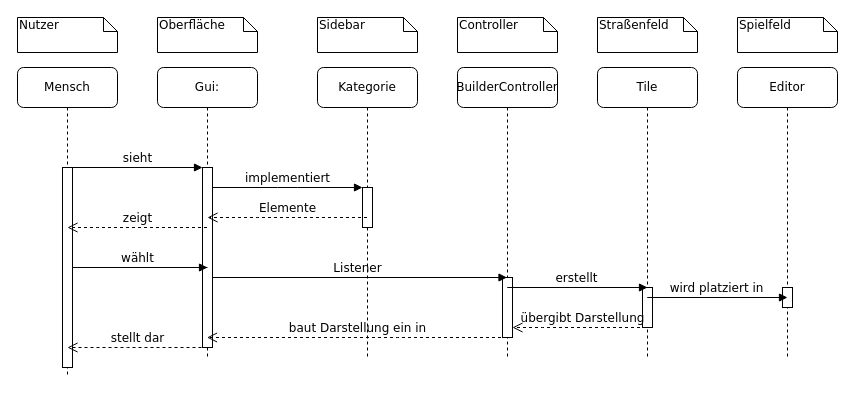
Above: SequenzdiagrammSFplatzieren.drawio in fefuhr/SWT (draw.io), before the change. Source tidied: cells renumbered, new cells numbered last; positions are measured from the earlier drawing's top-left corner, leaving out a move shared by most shapes. Both pictures are drawn from the tidied source at 100%, with x=0, y=0 at pixel (17, 17).
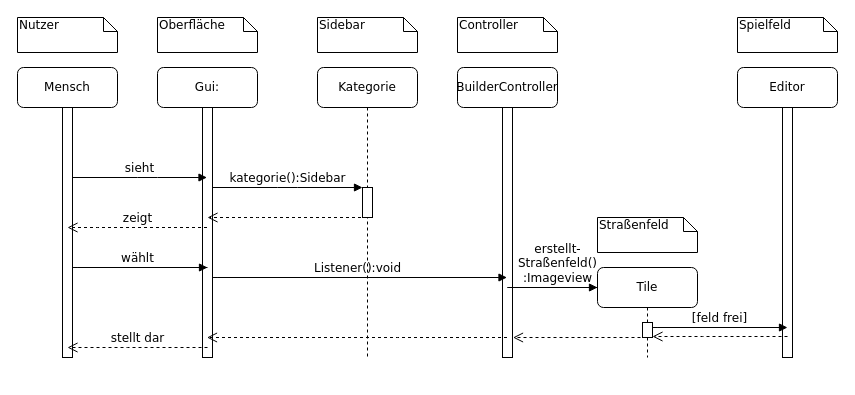
The same page after the edit.

Unchanged cells that the change refers to:
```xml
<mxCell id="2" value="Gui:" style="shape=umlLifeline;perimeter=lifelinePerimeter;whiteSpace=wrap;html=1;outlineConnect=0;rounded=1;shadow=0;comic=0;labelBackgroundColor=none;strokeWidth=1;fontFamily=Verdana;fontSize=12;align=center;" parent="1" vertex="1">
  <mxGeometry x="140" y="50" width="100" height="290" as="geometry" />
</mxCell>
<mxCell id="4" value="Kategorie" style="shape=umlLifeline;perimeter=lifelinePerimeter;whiteSpace=wrap;html=1;outlineConnect=0;rounded=1;shadow=0;comic=0;labelBackgroundColor=none;strokeWidth=1;fontFamily=Verdana;fontSize=12;align=center;" parent="1" vertex="1">
  <mxGeometry x="300" y="50" width="100" height="290" as="geometry" />
</mxCell>
<mxCell id="6" value="BuilderController" style="shape=umlLifeline;perimeter=lifelinePerimeter;whiteSpace=wrap;html=1;outlineConnect=0;rounded=1;shadow=0;comic=0;labelBackgroundColor=none;strokeWidth=1;fontFamily=Verdana;fontSize=12;align=center;" parent="1" vertex="1">
  <mxGeometry x="440" y="50" width="100" height="290" as="geometry" />
</mxCell>
<mxCell id="10" value="Editor" style="shape=umlLifeline;perimeter=lifelinePerimeter;whiteSpace=wrap;html=1;rounded=1;shadow=0;comic=0;labelBackgroundColor=none;strokeWidth=1;fontFamily=Verdana;fontSize=12;align=center;" parent="1" vertex="1">
  <mxGeometry x="720" y="50" width="100" height="290" as="geometry" />
</mxCell>
```

Diff of the diagram source:
```diff
@@
     <mxCell id="3" style="html=1;points=[];perimeter=orthogonalPerimeter;rounded=0;shadow=0;comic=0;labelBackgroundColor=none;strokeWidth=1;fontFamily=Verdana;fontSize=12;align=center;" parent="2" vertex="1">
-      <mxGeometry x="45" y="100" width="10" height="180" as="geometry" />
+      <mxGeometry x="45" y="40" width="10" height="250" as="geometry" />
     </mxCell>
@@
     <mxCell id="5" style="html=1;points=[];perimeter=orthogonalPerimeter;rounded=0;shadow=0;comic=0;labelBackgroundColor=none;strokeWidth=1;fontFamily=Verdana;fontSize=12;align=center;" parent="4" vertex="1">
-      <mxGeometry x="45" y="120" width="10" height="40" as="geometry" />
+      <mxGeometry x="45" y="120" width="10" height="30" as="geometry" />
     </mxCell>
@@
     <mxCell id="7" style="html=1;perimeter=orthogonalPerimeter;rounded=0;shadow=0;comic=0;labelBackgroundColor=none;strokeWidth=1;fontFamily=Verdana;fontSize=12;align=center;" parent="6" vertex="1">
-      <mxGeometry x="45" y="210" width="10" height="60" as="geometry" />
+      <mxGeometry x="45" y="40" width="10" height="250" as="geometry" />
     </mxCell>
     <mxCell id="8" value="Tile" style="shape=umlLifeline;perimeter=lifelinePerimeter;whiteSpace=wrap;html=1;rounded=1;shadow=0;comic=0;labelBackgroundColor=none;strokeWidth=1;fontFamily=Verdana;fontSize=12;align=center;" parent="1" vertex="1">
-      <mxGeometry x="580" y="50" width="100" height="290" as="geometry" />
+      <mxGeometry x="580" y="250" width="100" height="90" as="geometry" />
     </mxCell>
-    <mxCell id="9" style="html=1;perimeter=orthogonalPerimeter;rounded=0;shadow=0;comic=0;labelBackgroundColor=none;strokeWidth=1;fontFamily=Verdana;fontSize=12;align=center;" parent="8" vertex="1">
-      <mxGeometry x="45" y="220" width="10" height="40" as="geometry" />
-    </mxCell>
@@
     <mxCell id="11" style="html=1;points=[];perimeter=orthogonalPerimeter;rounded=0;shadow=0;comic=0;labelBackgroundColor=none;strokeWidth=1;fontFamily=Verdana;fontSize=12;align=center;" parent="10" vertex="1">
-      <mxGeometry x="45" y="220" width="10" height="20" as="geometry" />
+      <mxGeometry x="45" y="40" width="10" height="250" as="geometry" />
     </mxCell>
     <mxCell id="12" value="&lt;div&gt;Mensch&lt;br&gt;&lt;/div&gt;" style="shape=umlLifeline;perimeter=lifelinePerimeter;whiteSpace=wrap;html=1;rounded=1;shadow=0;comic=0;labelBackgroundColor=none;strokeWidth=1;fontFamily=Verdana;fontSize=12;align=center;" parent="1" vertex="1">
-      <mxGeometry y="50" width="100" height="310" as="geometry" />
+      <mxGeometry y="50" width="100" height="290" as="geometry" />
     </mxCell>
     <mxCell id="13" style="html=1;points=[];perimeter=orthogonalPerimeter;rounded=0;shadow=0;comic=0;labelBackgroundColor=none;strokeWidth=1;fontFamily=Verdana;fontSize=12;align=center;" parent="12" vertex="1">
-      <mxGeometry x="45" y="100" width="10" height="200" as="geometry" />
+      <mxGeometry x="45" y="40" width="10" height="250" as="geometry" />
     </mxCell>
@@
-    <mxCell id="15" value="sieht" style="html=1;verticalAlign=bottom;endArrow=block;entryX=0;entryY=0;labelBackgroundColor=none;fontFamily=Verdana;fontSize=12;edgeStyle=elbowEdgeStyle;elbow=vertical;" parent="1" edge="1" source="13" target="3">
-      <mxGeometry relative="1" as="geometry" />
+    <mxCell id="15" value="sieht" style="html=1;verticalAlign=bottom;endArrow=block;labelBackgroundColor=none;fontFamily=Verdana;fontSize=12;edgeStyle=elbowEdgeStyle;elbow=vertical;" parent="1" edge="1" source="13" target="2">
+      <mxGeometry relative="1" as="geometry">
+        <Array as="points">
+          <mxPoint x="130" y="160" />
+          <mxPoint x="160" y="150" />
+          <mxPoint x="150" y="150" />
+        </Array>
+      </mxGeometry>
     </mxCell>
-    <mxCell id="16" value="implementiert" style="html=1;verticalAlign=bottom;endArrow=block;entryX=0;entryY=0;labelBackgroundColor=none;fontFamily=Verdana;fontSize=12;edgeStyle=elbowEdgeStyle;elbow=vertical;" parent="1" edge="1" source="3" target="5">
+    <mxCell id="16" value="kategorie():Sidebar" style="html=1;verticalAlign=bottom;endArrow=block;entryX=0;entryY=0;labelBackgroundColor=none;fontFamily=Verdana;fontSize=12;edgeStyle=elbowEdgeStyle;elbow=vertical;" parent="1" edge="1" source="3" target="5">
       <mxGeometry relative="1" as="geometry" />
     </mxCell>
@@
     <mxCell id="21" value="Straßenfeld" style="shape=note;whiteSpace=wrap;html=1;size=14;verticalAlign=top;align=left;spacingTop=-6;rounded=0;shadow=0;comic=0;labelBackgroundColor=none;strokeWidth=1;fontFamily=Verdana;fontSize=12;" parent="1" vertex="1">
-      <mxGeometry x="580" width="100" height="35" as="geometry" />
+      <mxGeometry x="580" y="200" width="100" height="35" as="geometry" />
     </mxCell>
@@
-    <mxCell id="23" value="Elemente" style="html=1;verticalAlign=bottom;endArrow=open;dashed=1;endSize=8;labelBackgroundColor=none;fontFamily=Verdana;fontSize=12;edgeStyle=elbowEdgeStyle;elbow=vertical;" parent="1" edge="1" source="4">
+    <mxCell id="23" style="html=1;verticalAlign=bottom;endArrow=open;dashed=1;endSize=8;labelBackgroundColor=none;fontFamily=Verdana;fontSize=12;edgeStyle=elbowEdgeStyle;elbow=vertical;" parent="1" edge="1" source="4">
       <mxGeometry relative="1" as="geometry">
         <mxPoint x="190" y="200" as="targetPoint" />
         <Array as="points">
           <mxPoint x="250" y="200" />
           <mxPoint x="275" y="190" />
           <mxPoint x="305" y="190" />
         </Array>
       </mxGeometry>
     </mxCell>
@@
-    <mxCell id="25" value="Listener" style="html=1;verticalAlign=bottom;endArrow=block;labelBackgroundColor=none;fontFamily=Verdana;fontSize=12;edgeStyle=elbowEdgeStyle;elbow=vertical;" parent="1" edge="1" target="6">
+    <mxCell id="25" value="Listener():void" style="html=1;verticalAlign=bottom;endArrow=block;labelBackgroundColor=none;fontFamily=Verdana;fontSize=12;edgeStyle=elbowEdgeStyle;elbow=vertical;" parent="1" edge="1" target="6">
       <mxGeometry x="0.32" relative="1" as="geometry">
         <mxPoint x="330" y="260" as="sourcePoint" />
         <Array as="points">
           <mxPoint x="190" y="260" />
           <mxPoint x="500" y="250" />
         </Array>
       </mxGeometry>
     </mxCell>
-    <mxCell id="26" value="erstellt" style="html=1;verticalAlign=bottom;endArrow=block;labelBackgroundColor=none;fontFamily=Verdana;fontSize=12;edgeStyle=elbowEdgeStyle;elbow=vertical;" parent="1" edge="1">
-      <mxGeometry x="-0.54" relative="1" as="geometry">
-        <mxPoint x="625" y="270" as="sourcePoint" />
-        <mxPoint x="630" y="270" as="targetPoint" />
+    <mxCell id="26" value="&lt;div&gt;erstellt-&lt;/div&gt;&lt;div&gt;Straßenfeld()&lt;/div&gt;&lt;div&gt;:Imageview&lt;/div&gt;" style="html=1;verticalAlign=bottom;endArrow=block;labelBackgroundColor=none;fontFamily=Verdana;fontSize=12;edgeStyle=elbowEdgeStyle;elbow=vertical;" parent="1" edge="1">
+      <mxGeometry x="-0.58" relative="1" as="geometry">
+        <mxPoint x="580" y="270" as="sourcePoint" />
+        <mxPoint x="580" y="270" as="targetPoint" />
         <Array as="points">
           <mxPoint x="485" y="270" />
           <mxPoint x="795" y="260" />
         </Array>
       </mxGeometry>
     </mxCell>
-    <mxCell id="27" value="wird platziert in" style="html=1;verticalAlign=bottom;endArrow=block;labelBackgroundColor=none;fontFamily=Verdana;fontSize=12;edgeStyle=elbowEdgeStyle;elbow=vertical;" parent="1" edge="1">
+    <mxCell id="27" value="[feld frei]" style="html=1;verticalAlign=bottom;endArrow=block;labelBackgroundColor=none;fontFamily=Verdana;fontSize=12;edgeStyle=elbowEdgeStyle;elbow=vertical;" parent="1" edge="1">
       <mxGeometry x="-0.54" relative="1" as="geometry">
-        <mxPoint x="765" y="280" as="sourcePoint" />
-        <mxPoint x="770" y="280" as="targetPoint" />
+        <mxPoint x="765" y="310" as="sourcePoint" />
+        <mxPoint x="770" y="310" as="targetPoint" />
         <Array as="points">
-          <mxPoint x="625" y="280" />
-          <mxPoint x="935" y="270" />
+          <mxPoint x="630" y="310" />
+          <mxPoint x="935" y="300" />
         </Array>
       </mxGeometry>
     </mxCell>
-    <mxCell id="28" value="übergibt Darstellung" style="html=1;verticalAlign=bottom;endArrow=open;dashed=1;endSize=8;labelBackgroundColor=none;fontFamily=Verdana;fontSize=12;edgeStyle=elbowEdgeStyle;elbow=vertical;" parent="1" edge="1">
+    <mxCell id="28" style="html=1;verticalAlign=bottom;endArrow=open;dashed=1;endSize=8;labelBackgroundColor=none;fontFamily=Verdana;fontSize=12;edgeStyle=elbowEdgeStyle;elbow=vertical;" parent="1" edge="1">
       <mxGeometry relative="1" as="geometry">
-        <mxPoint x="634.5" y="310" as="sourcePoint" />
-        <mxPoint x="495" y="310" as="targetPoint" />
+        <mxPoint x="635" y="320" as="sourcePoint" />
+        <mxPoint x="495.5" y="320" as="targetPoint" />
         <Array as="points">
-          <mxPoint x="535" y="310" />
-          <mxPoint x="560" y="300" />
-          <mxPoint x="590" y="300" />
+          <mxPoint x="535.5" y="320" />
+          <mxPoint x="560.5" y="310" />
+          <mxPoint x="590.5" y="310" />
         </Array>
       </mxGeometry>
     </mxCell>
-    <mxCell id="29" value="baut Darstellung ein in" style="html=1;verticalAlign=bottom;endArrow=open;dashed=1;endSize=8;labelBackgroundColor=none;fontFamily=Verdana;fontSize=12;edgeStyle=elbowEdgeStyle;elbow=vertical;" parent="1" edge="1" target="2">
+    <mxCell id="29" style="html=1;verticalAlign=bottom;endArrow=open;dashed=1;endSize=8;labelBackgroundColor=none;fontFamily=Verdana;fontSize=12;edgeStyle=elbowEdgeStyle;elbow=vertical;" parent="1" edge="1" target="2">
       <mxGeometry relative="1" as="geometry">
         <mxPoint x="489.5" y="320" as="sourcePoint" />
         <Array as="points">
           <mxPoint x="390" y="320" />
           <mxPoint x="415" y="310" />
           <mxPoint x="445" y="310" />
         </Array>
       </mxGeometry>
     </mxCell>
@@
+    <mxCell id="9" style="html=1;perimeter=orthogonalPerimeter;rounded=0;shadow=0;comic=0;labelBackgroundColor=none;strokeWidth=1;fontFamily=Verdana;fontSize=12;align=center;" parent="1" vertex="1">
+      <mxGeometry x="625" y="305" width="10" height="15" as="geometry" />
+    </mxCell>
+    <mxCell id="31" style="html=1;verticalAlign=bottom;endArrow=open;dashed=1;endSize=8;labelBackgroundColor=none;fontFamily=Verdana;fontSize=12;edgeStyle=elbowEdgeStyle;elbow=vertical;exitX=0.5;exitY=0.916;exitDx=0;exitDy=0;exitPerimeter=0;" parent="1" edge="1" source="11">
+      <mxGeometry relative="1" as="geometry">
+        <mxPoint x="635" y="319" as="targetPoint" />
+        <Array as="points">
+          <mxPoint x="675" y="319" />
+          <mxPoint x="700" y="309" />
+          <mxPoint x="730" y="309" />
+        </Array>
+      </mxGeometry>
+    </mxCell>
```
